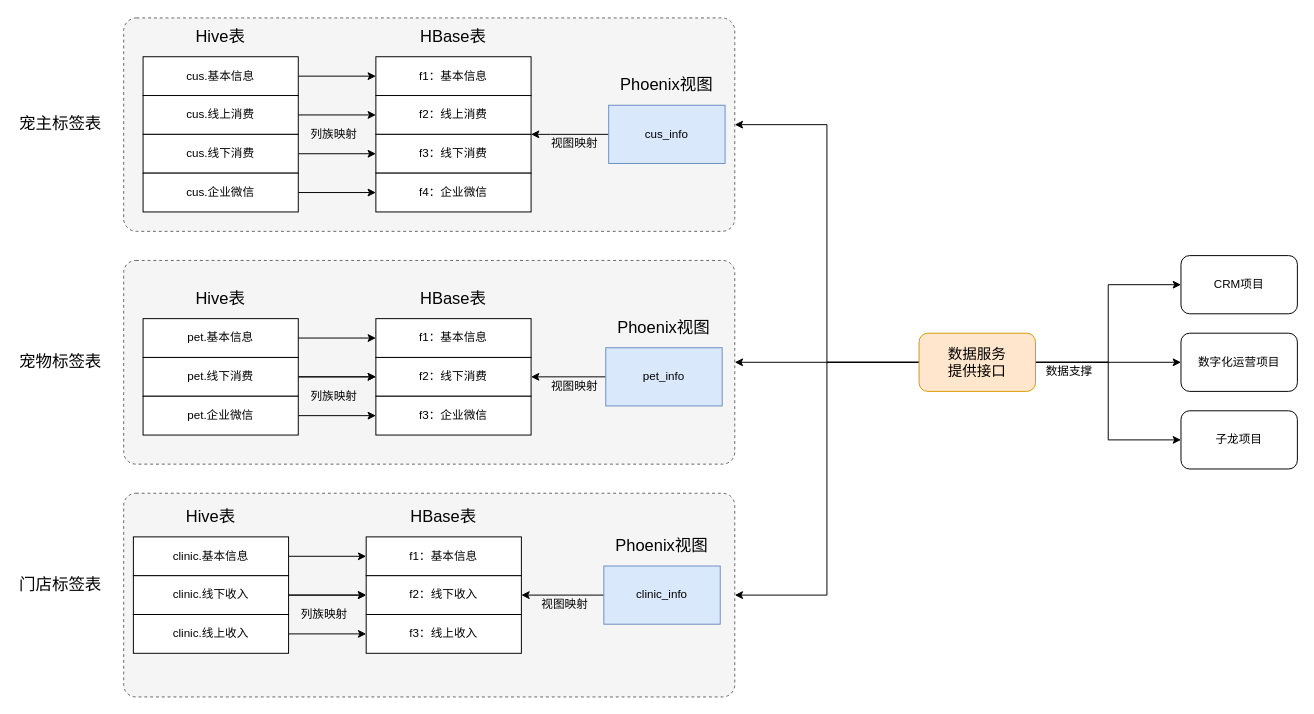
The draw.io diagram pet_data_warehouse/客户标签.drawio in fangzheng0518/draw, before the edit. Source tidied: cells renumbered, new cells numbered last; positions are measured from the earlier drawing's top-left corner, leaving out a move shared by most shapes. Both pictures are drawn from the tidied source at 97%, with x=0, y=0 at pixel (16, 17).
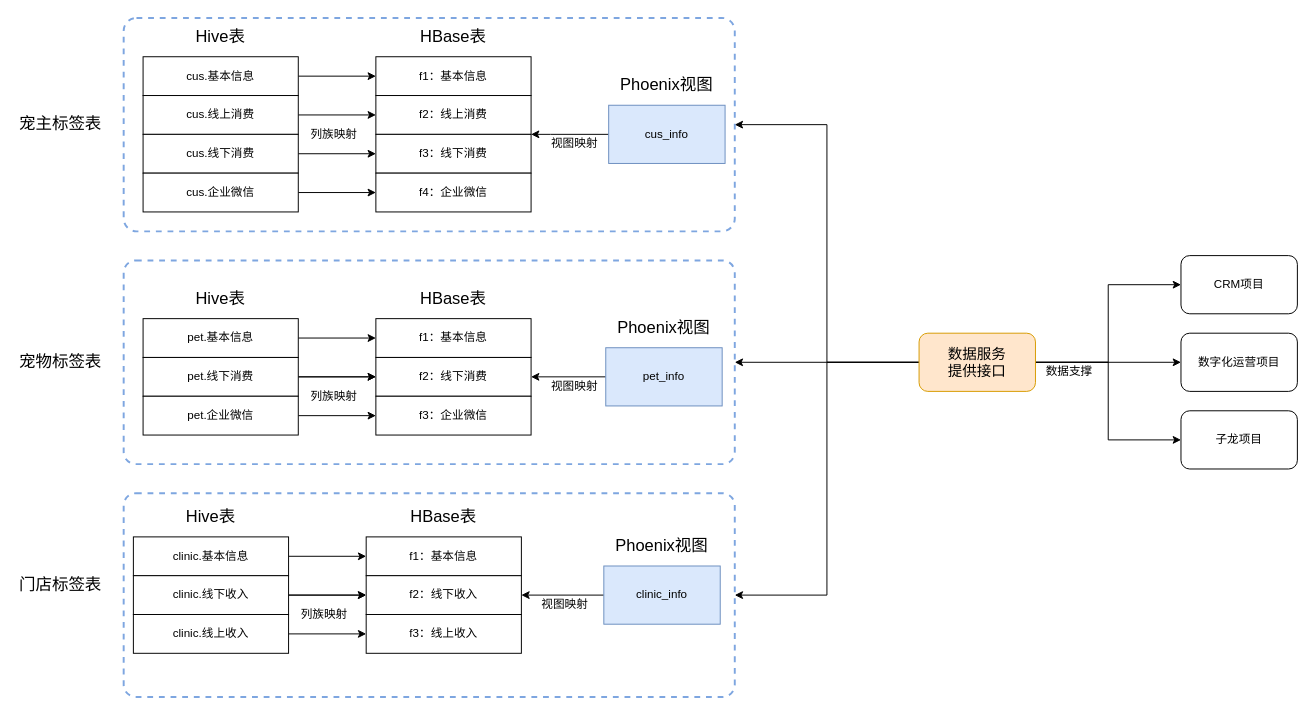
The same diagram, later.

Commit message:
更新客户标签.drawio

Change to the diagram source:
```diff
@@
-    <mxCell id="2" style="rounded=1;whiteSpace=wrap;html=1;arcSize=6;fillColor=#f5f5f5;strokeColor=#666666;fontColor=#333333;dashed=1;" parent="1" vertex="1">
+    <mxCell id="2" style="rounded=1;whiteSpace=wrap;html=1;arcSize=6;dashed=1;fillColor=none;strokeWidth=2;strokeColor=#7EA6E0;" parent="1" vertex="1">
       <mxGeometry x="110" y="490" width="630" height="210" as="geometry" />
     </mxCell>
-    <mxCell id="3" style="rounded=1;whiteSpace=wrap;html=1;arcSize=6;fillColor=#f5f5f5;strokeColor=#666666;fontColor=#333333;dashed=1;" parent="1" vertex="1">
+    <mxCell id="3" style="rounded=1;whiteSpace=wrap;html=1;arcSize=6;dashed=1;fillColor=none;strokeWidth=2;strokeColor=#7EA6E0;" parent="1" vertex="1">
       <mxGeometry x="110" y="250" width="630" height="210" as="geometry" />
     </mxCell>
-    <mxCell id="4" value="&lt;hr&gt;" style="rounded=1;whiteSpace=wrap;html=1;arcSize=6;fillColor=#f5f5f5;strokeColor=#666666;fontColor=#333333;dashed=1;" parent="1" vertex="1">
+    <mxCell id="4" value="&lt;hr&gt;" style="rounded=1;whiteSpace=wrap;html=1;arcSize=6;dashed=1;fillColor=none;strokeWidth=2;strokeColor=#7EA6E0;" parent="1" vertex="1">
       <mxGeometry x="110" width="630" height="220" as="geometry" />
     </mxCell>
```
